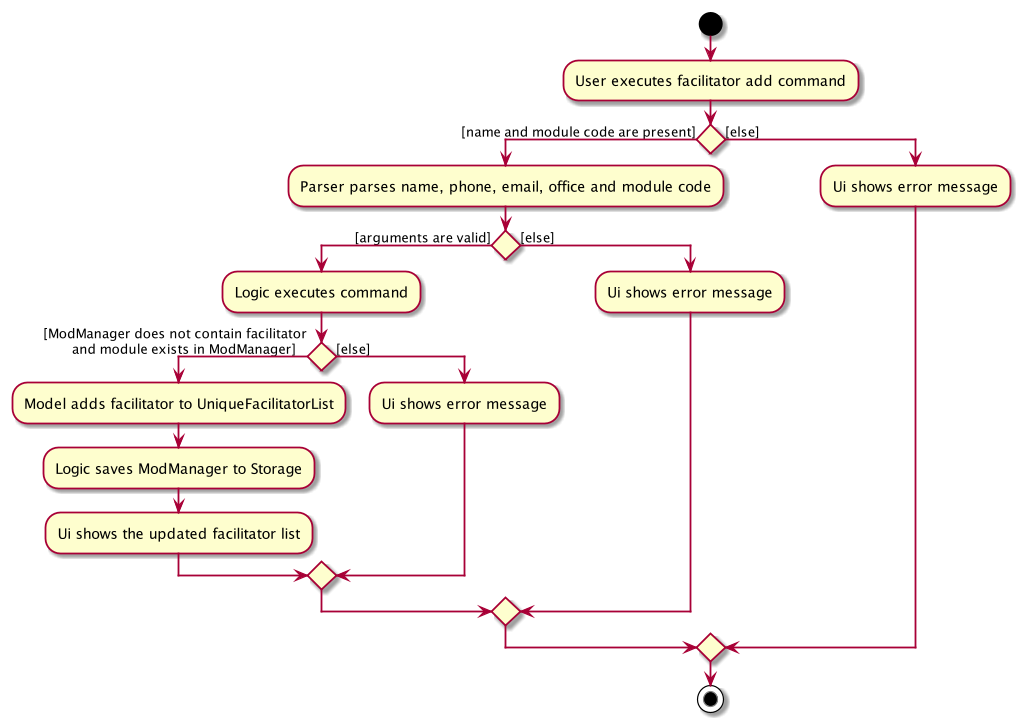
This is docs/images/FacilitatorAddActivityDiagram.png from zixinn/main, a PlantUML export, as it was before one commit.
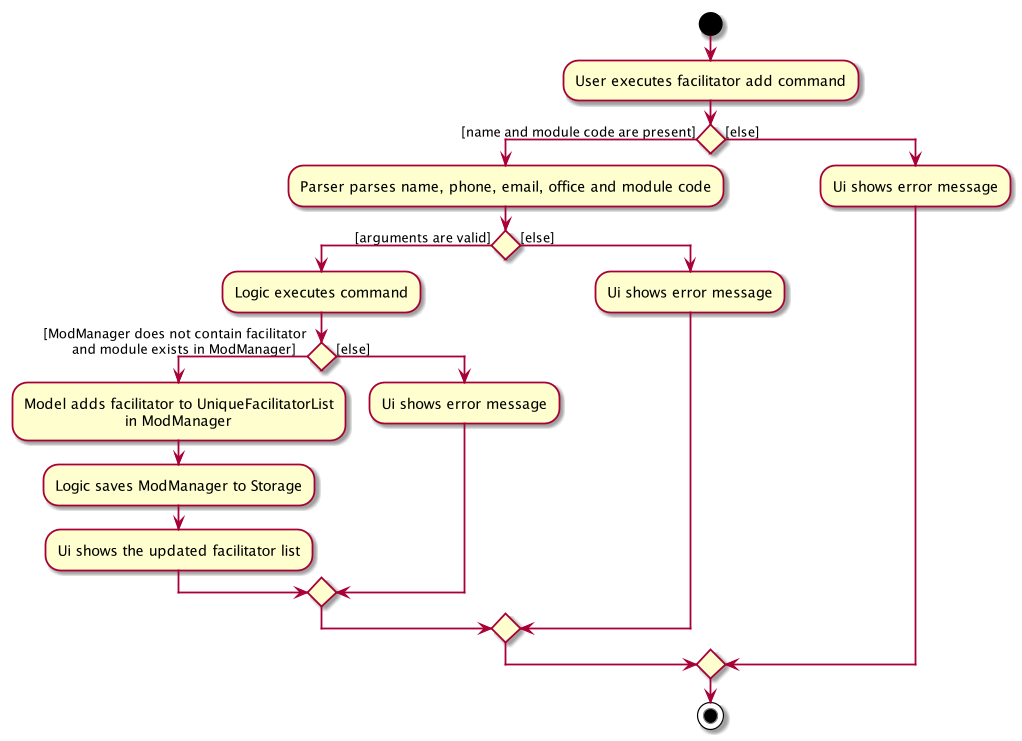
After the commit.

The edit, as a diff of the source:
```diff
@@ -7,7 +7,8 @@
         :Logic executes command;
         if () then ([ModManager does not contain facilitator
         and module exists in ModManager])
-            :Model adds facilitator to UniqueFacilitatorList;
+            :Model adds facilitator to UniqueFacilitatorList
+                                 in ModManager;
             :Logic saves ModManager to Storage;
             :Ui shows the updated facilitator list;
         else ([else])
```
